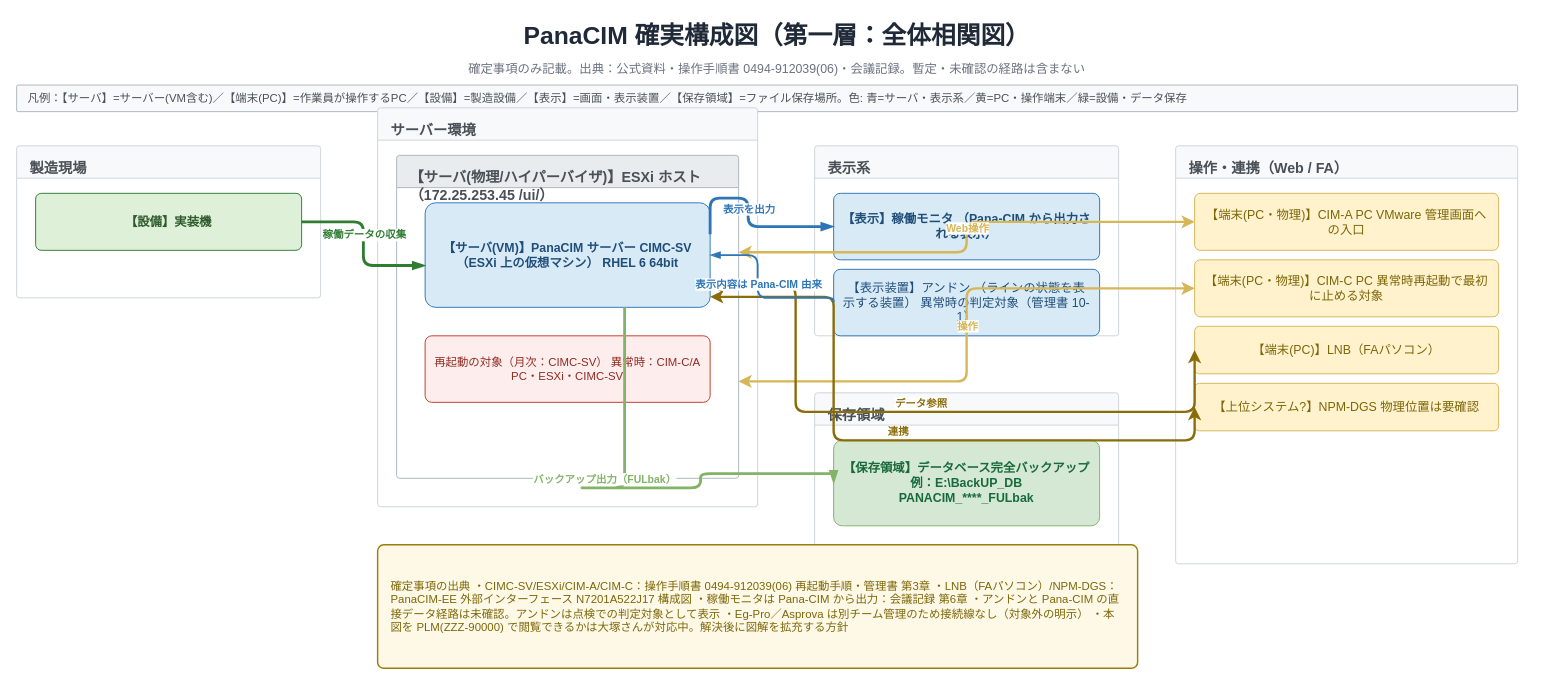
The draw.io diagram page "第一層_全体相関図" (1 of 4) of workvault-sync/10_業務全般/PanaCIM_LNB/01_成果物/PanaCIM_LNB_確実構成図.drawio in nk-shino/work_vault, before the edit. Source tidied: cells renumbered, new cells numbered last; positions are measured from the earlier drawing's top-left corner, leaving out a move shared by most shapes. Both pictures are drawn from the tidied source at 95%, with x=0, y=0 at pixel (16, 16).
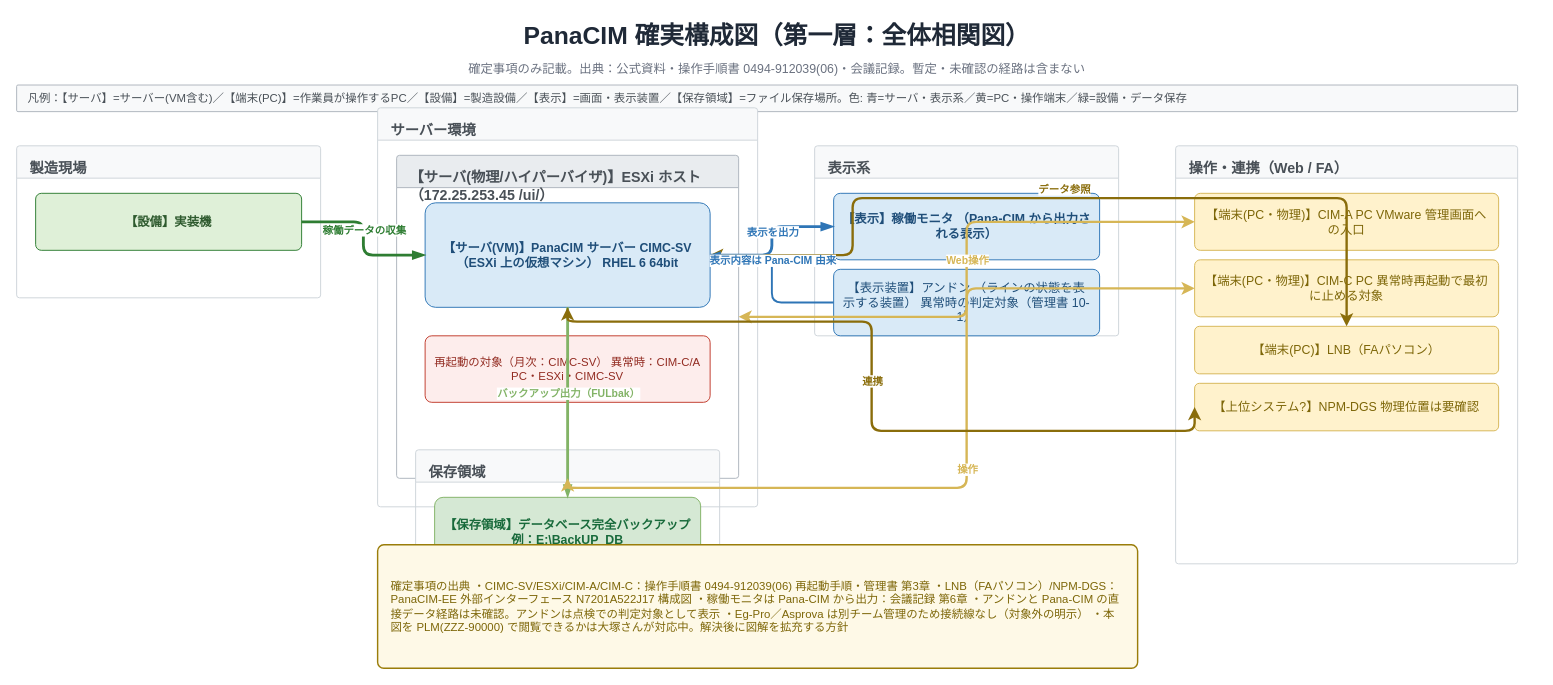
The same page after the edit.

Unchanged cells that the change refers to:
```xml
<mxCell id="6" value="【設備】実装機" style="rounded=1;whiteSpace=wrap;html=1;fontFamily=Meiryo;fillColor=#DFF0D8;strokeColor=#2E7D32;fontColor=#2E5A2E;fontSize=13;fontStyle=1;arcSize=10;verticalAlign=middle;spacingLeft=8;spacingRight=8;spacingTop=4;spacingBottom=4;" parent="5" vertex="1">
  <mxGeometry x="20" y="50" width="280" height="60" as="geometry" />
</mxCell>
<mxCell id="8" value="【サーバ(物理/ハイパーバイザ)】ESXi ホスト（172.25.253.45 /ui/）" style="swimlane;whiteSpace=wrap;html=1;fontFamily=Meiryo;startSize=34;fillColor=#E9ECEF;strokeColor=#ADB5BD;fontColor=#495057;fontSize=15;fontStyle=1;verticalAlign=top;align=left;spacingLeft=12;spacingTop=8;rounded=1;arcSize=3;" parent="7" vertex="1">
  <mxGeometry x="20" y="50" width="360" height="340" as="geometry" />
</mxCell>
<mxCell id="9" value="【サーバ(VM)】PanaCIM サーバー CIMC-SV（ESXi 上の仮想マシン） RHEL 6 64bit" style="rounded=1;whiteSpace=wrap;html=1;fontFamily=Meiryo;fillColor=#D9EAF7;strokeColor=#2E75B6;fontColor=#1F4E79;fontSize=13;fontStyle=1;arcSize=10;verticalAlign=middle;spacingLeft=8;spacingRight=8;spacingTop=4;spacingBottom=4;" parent="8" vertex="1">
  <mxGeometry x="30" y="50" width="300" height="110" as="geometry" />
</mxCell>
<mxCell id="12" value="【表示】稼働モニタ （Pana-CIM から出力される表示）" style="rounded=1;whiteSpace=wrap;html=1;fontFamily=Meiryo;fillColor=#D9EAF7;strokeColor=#2E75B6;fontColor=#1F4E79;fontSize=13;fontStyle=1;arcSize=10;verticalAlign=middle;spacingLeft=8;spacingRight=8;spacingTop=4;spacingBottom=4;" parent="11" vertex="1">
  <mxGeometry x="20" y="50" width="280" height="70" as="geometry" />
</mxCell>
<mxCell id="13" value="【表示装置】アンドン （ラインの状態を表示する装置） 異常時の判定対象（管理書 10-1）" style="rounded=1;whiteSpace=wrap;html=1;fontFamily=Meiryo;fillColor=#D9EAF7;strokeColor=#2E75B6;fontColor=#1F4E79;fontSize=13;arcSize=10;verticalAlign=middle;spacingLeft=8;spacingRight=8;spacingTop=4;spacingBottom=4;" parent="11" vertex="1">
  <mxGeometry x="20" y="130" width="280" height="70" as="geometry" />
</mxCell>
<mxCell id="15" value="【保存領域】データベース完全バックアップ 例：E:\BackUP_DB PANACIM_****_FULbak" style="rounded=1;whiteSpace=wrap;html=1;fontFamily=Meiryo;fillColor=#D5E8D4;strokeColor=#82B366;fontColor=#186A3B;fontSize=13;fontStyle=1;arcSize=10;verticalAlign=middle;spacingLeft=8;spacingRight=8;spacingTop=4;spacingBottom=4;" parent="14" vertex="1">
  <mxGeometry x="20" y="50" width="280" height="90" as="geometry" />
</mxCell>
<mxCell id="17" value="【端末(PC・物理)】CIM-A PC VMware 管理画面への入口" style="rounded=1;whiteSpace=wrap;html=1;fontFamily=Meiryo;fillColor=#FFF2CC;strokeColor=#D6B656;fontColor=#7D6608;fontSize=13;arcSize=10;verticalAlign=middle;spacingLeft=8;spacingRight=8;spacingTop=4;spacingBottom=4;" parent="16" vertex="1">
  <mxGeometry x="20" y="50" width="320" height="60" as="geometry" />
</mxCell>
<mxCell id="18" value="【端末(PC・物理)】CIM-C PC 異常時再起動で最初に止める対象" style="rounded=1;whiteSpace=wrap;html=1;fontFamily=Meiryo;fillColor=#FFF2CC;strokeColor=#D6B656;fontColor=#7D6608;fontSize=13;arcSize=10;verticalAlign=middle;spacingLeft=8;spacingRight=8;spacingTop=4;spacingBottom=4;" parent="16" vertex="1">
  <mxGeometry x="20" y="120" width="320" height="60" as="geometry" />
</mxCell>
<mxCell id="19" value="【端末(PC)】LNB（FAパソコン）" style="rounded=1;whiteSpace=wrap;html=1;fontFamily=Meiryo;fillColor=#FFF2CC;strokeColor=#D6B656;fontColor=#7D6608;fontSize=13;arcSize=10;verticalAlign=middle;spacingLeft=8;spacingRight=8;spacingTop=4;spacingBottom=4;" parent="16" vertex="1">
  <mxGeometry x="20" y="190" width="320" height="50" as="geometry" />
</mxCell>
<mxCell id="20" value="【上位システム?】NPM-DGS 物理位置は要確認" style="rounded=1;whiteSpace=wrap;html=1;fontFamily=Meiryo;fillColor=#FFF2CC;strokeColor=#D6B656;fontColor=#7D6608;fontSize=13;arcSize=10;verticalAlign=middle;spacingLeft=8;spacingRight=8;spacingTop=4;spacingBottom=4;" parent="16" vertex="1">
  <mxGeometry x="20" y="250" width="320" height="50" as="geometry" />
</mxCell>
```

Diff of the diagram source:
```diff
@@
     <mxCell id="14" value="保存領域" style="swimlane;whiteSpace=wrap;html=1;fontFamily=Meiryo;startSize=34;fillColor=#F8F9FA;strokeColor=#CED4DA;fontColor=#495057;fontSize=15;fontStyle=1;verticalAlign=top;align=left;spacingLeft=12;spacingTop=8;rounded=1;arcSize=3;" parent="1" vertex="1">
-      <mxGeometry x="840" y="396" width="320" height="180" as="geometry" />
+      <mxGeometry x="420" y="456" width="320" height="180" as="geometry" />
     </mxCell>
@@
-    <mxCell id="21" style="edgeStyle=orthogonalEdgeStyle;rounded=1;html=1;fontFamily=Meiryo;strokeColor=#2E7D32;strokeWidth=3;endArrow=blockThin;endFill=1;exitX=1;exitY=0.5;exitDx=0;exitDy=0;entryX=0;entryY=0.6;entryDx=0;entryDy=0;fontSize=11;labelBackgroundColor=#FFFFFF;" parent="1" edge="1" source="6" target="9">
+    <mxCell id="21" style="edgeStyle=orthogonalEdgeStyle;rounded=1;html=1;fontFamily=Meiryo;strokeColor=#2E7D32;strokeWidth=3;endArrow=blockThin;endFill=1;fontSize=11;labelBackgroundColor=#FFFFFF;exitX=1;exitY=0.5;entryX=0;entryY=0.5;exitDx=0;exitDy=0;entryDx=0;entryDy=0;" parent="1" edge="1" source="6" target="9">
       <mxGeometry relative="1" as="geometry" />
     </mxCell>
@@
-    <mxCell id="23" style="edgeStyle=orthogonalEdgeStyle;rounded=1;html=1;fontFamily=Meiryo;strokeColor=#2E75B6;strokeWidth=3;endArrow=blockThin;endFill=1;exitX=1;exitY=0.3;exitDx=0;exitDy=0;entryX=0;entryY=0.5;entryDx=0;entryDy=0;fontSize=11;labelBackgroundColor=#FFFFFF;" parent="1" edge="1" source="9" target="12">
-      <mxGeometry relative="1" as="geometry">
-        <Array as="points">
-          <mxPoint x="770" y="191" />
-        </Array>
-      </mxGeometry>
+    <mxCell id="23" style="edgeStyle=orthogonalEdgeStyle;rounded=1;html=1;fontFamily=Meiryo;strokeColor=#2E75B6;strokeWidth=3;endArrow=blockThin;endFill=1;fontSize=11;labelBackgroundColor=#FFFFFF;exitX=1;exitY=0.5;entryX=0;entryY=0.5;exitDx=0;exitDy=0;entryDx=0;entryDy=0;" parent="1" edge="1" source="9" target="12">
+      <mxGeometry relative="1" as="geometry" />
     </mxCell>
@@
-    <mxCell id="25" style="edgeStyle=orthogonalEdgeStyle;rounded=1;html=1;fontFamily=Meiryo;strokeColor=#82B366;strokeWidth=3;endArrow=blockThin;endFill=1;exitX=0.7;exitY=1;exitDx=0;exitDy=0;entryX=0;entryY=0.5;entryDx=0;entryDy=0;fontSize=11;labelBackgroundColor=#FFFFFF;" parent="1" edge="1" source="9" target="15">
-      <mxGeometry relative="1" as="geometry">
-        <Array as="points">
-          <mxPoint x="590" y="496" />
-          <mxPoint x="720" y="496" />
-          <mxPoint x="720" y="481" />
-          <mxPoint x="740" y="481" />
-        </Array>
-      </mxGeometry>
+    <mxCell id="25" style="edgeStyle=orthogonalEdgeStyle;rounded=1;html=1;fontFamily=Meiryo;strokeColor=#82B366;strokeWidth=3;endArrow=blockThin;endFill=1;fontSize=11;labelBackgroundColor=#FFFFFF;exitX=0.5;exitY=1;entryX=0.5;entryY=0;exitDx=0;exitDy=0;entryDx=0;entryDy=0;" parent="1" edge="1" source="9" target="15">
+      <mxGeometry relative="1" as="geometry" />
     </mxCell>
@@
-    <mxCell id="27" style="edgeStyle=orthogonalEdgeStyle;rounded=1;html=1;fontFamily=Meiryo;strokeColor=#D6B656;strokeWidth=2.5;startArrow=classic;endArrow=classic;exitX=0;exitY=0.5;exitDx=0;exitDy=0;entryX=1;entryY=0.3;entryDx=0;entryDy=0;fontSize=11;labelBackgroundColor=#FFFFFF;" parent="1" edge="1" source="17" target="8">
+    <mxCell id="27" style="edgeStyle=orthogonalEdgeStyle;rounded=1;html=1;fontFamily=Meiryo;strokeColor=#D6B656;strokeWidth=2.5;startArrow=classic;endArrow=classic;fontSize=11;labelBackgroundColor=#FFFFFF;exitX=0;exitY=0.5;entryX=1;entryY=0.5;exitDx=0;exitDy=0;entryDx=0;entryDy=0;" parent="1" edge="1" source="17" target="8">
       <mxGeometry relative="1" as="geometry" />
     </mxCell>
@@
-    <mxCell id="29" style="edgeStyle=orthogonalEdgeStyle;rounded=1;html=1;fontFamily=Meiryo;strokeColor=#D6B656;strokeWidth=2.5;startArrow=classic;endArrow=classic;exitX=0;exitY=0.5;exitDx=0;exitDy=0;entryX=1;entryY=0.7;entryDx=0;entryDy=0;fontSize=11;labelBackgroundColor=#FFFFFF;" parent="1" edge="1" source="18" target="8">
+    <mxCell id="29" style="edgeStyle=orthogonalEdgeStyle;rounded=1;html=1;fontFamily=Meiryo;strokeColor=#D6B656;strokeWidth=2.5;startArrow=classic;endArrow=classic;fontSize=11;labelBackgroundColor=#FFFFFF;exitX=0;exitY=0.5;entryX=0.5;entryY=1;exitDx=0;exitDy=0;entryDx=0;entryDy=0;" parent="1" edge="1" source="18" target="8">
       <mxGeometry relative="1" as="geometry" />
     </mxCell>
@@
-    <mxCell id="31" style="edgeStyle=orthogonalEdgeStyle;rounded=1;html=1;fontFamily=Meiryo;strokeColor=#8A6D0B;strokeWidth=2.5;startArrow=classic;endArrow=classic;exitX=0;exitY=0.5;exitDx=0;exitDy=0;entryX=1;entryY=0.8;entryDx=0;entryDy=0;fontSize=11;labelBackgroundColor=#FFFFFF;" parent="1" edge="1" source="19" target="9">
+    <mxCell id="31" style="edgeStyle=orthogonalEdgeStyle;rounded=1;html=1;fontFamily=Meiryo;strokeColor=#8A6D0B;strokeWidth=2.5;startArrow=classic;endArrow=classic;fontSize=11;labelBackgroundColor=#FFFFFF;exitX=0.5;exitY=0;entryX=1;entryY=0.5;exitDx=0;exitDy=0;entryDx=0;entryDy=0;" parent="1" edge="1" source="19" target="9">
       <mxGeometry relative="1" as="geometry">
         <Array as="points">
-          <mxPoint x="1160" y="416" />
-          <mxPoint x="820" y="416" />
-          <mxPoint x="820" y="376" />
+          <mxPoint x="1400" y="191" />
+          <mxPoint x="880" y="191" />
+          <mxPoint x="880" y="251" />
         </Array>
       </mxGeometry>
     </mxCell>
@@
-    <mxCell id="33" style="edgeStyle=orthogonalEdgeStyle;rounded=1;html=1;fontFamily=Meiryo;strokeColor=#8A6D0B;strokeWidth=2.5;startArrow=classic;endArrow=classic;exitX=0;exitY=0.5;exitDx=0;exitDy=0;entryX=1;entryY=0.9;entryDx=0;entryDy=0;fontSize=11;labelBackgroundColor=#FFFFFF;" parent="1" edge="1" source="20" target="9">
+    <mxCell id="33" style="edgeStyle=orthogonalEdgeStyle;rounded=1;html=1;fontFamily=Meiryo;strokeColor=#8A6D0B;strokeWidth=2.5;startArrow=classic;endArrow=classic;fontSize=11;labelBackgroundColor=#FFFFFF;exitX=0;exitY=0.5;entryX=0.5;entryY=1;exitDx=0;exitDy=0;entryDx=0;entryDy=0;" parent="1" edge="1" source="20" target="9">
       <mxGeometry relative="1" as="geometry">
         <Array as="points">
-          <mxPoint x="1200" y="446" />
-          <mxPoint x="860" y="446" />
-          <mxPoint x="860" y="396" />
+          <mxPoint x="900" y="436" />
+          <mxPoint x="900" y="321" />
         </Array>
       </mxGeometry>
     </mxCell>
@@
-    <mxCell id="35" style="edgeStyle=orthogonalEdgeStyle;rounded=1;html=1;fontFamily=Meiryo;strokeColor=#2E75B6;strokeWidth=2;endArrow=blockThin;endFill=1;exitX=0;exitY=0.5;exitDx=0;exitDy=0;entryX=1;entryY=0.5;entryDx=0;entryDy=0;fontSize=11;labelBackgroundColor=#FFFFFF;" parent="1" edge="1" source="13" target="9">
-      <mxGeometry relative="1" as="geometry">
-        <Array as="points">
-          <mxPoint x="780" y="296" />
-        </Array>
-      </mxGeometry>
+    <mxCell id="35" style="edgeStyle=orthogonalEdgeStyle;rounded=1;html=1;fontFamily=Meiryo;strokeColor=#2E75B6;strokeWidth=2;endArrow=blockThin;endFill=1;fontSize=11;labelBackgroundColor=#FFFFFF;exitX=0;exitY=0.5;entryX=1;entryY=0.5;exitDx=0;exitDy=0;entryDx=0;entryDy=0;" parent="1" edge="1" source="13" target="9">
+      <mxGeometry relative="1" as="geometry" />
     </mxCell>
     <mxCell id="36" value="表示内容は Pana-CIM 由来" style="edgeLabel;html=1;fontFamily=Meiryo;align=center;verticalAlign=middle;fontSize=11;fontColor=#2E75B6;labelBackgroundColor=#FFFFFF;fontStyle=1;" parent="35" vertex="1">
       <mxGeometry relative="1" as="geometry">
-        <mxPoint y="-10" as="offset" />
+        <mxPoint y="-20" as="offset" />
       </mxGeometry>
     </mxCell>
```
